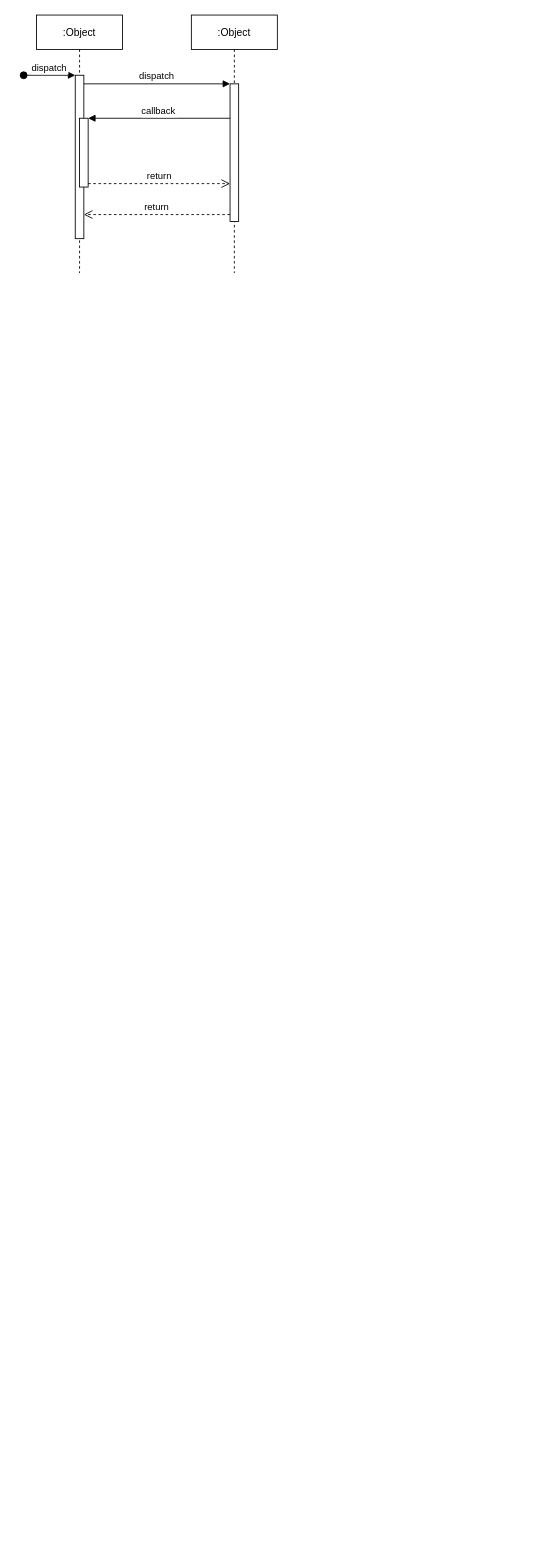
Above: Untitled sequence.drawio in 719113737/demo (draw.io), before the change. Source tidied: cells renumbered, new cells numbered last; positions are measured from the earlier drawing's top-left corner, leaving out a move shared by most shapes. Both pictures are drawn from the tidied source at 86%, with x=0, y=0 at pixel (23, 15).
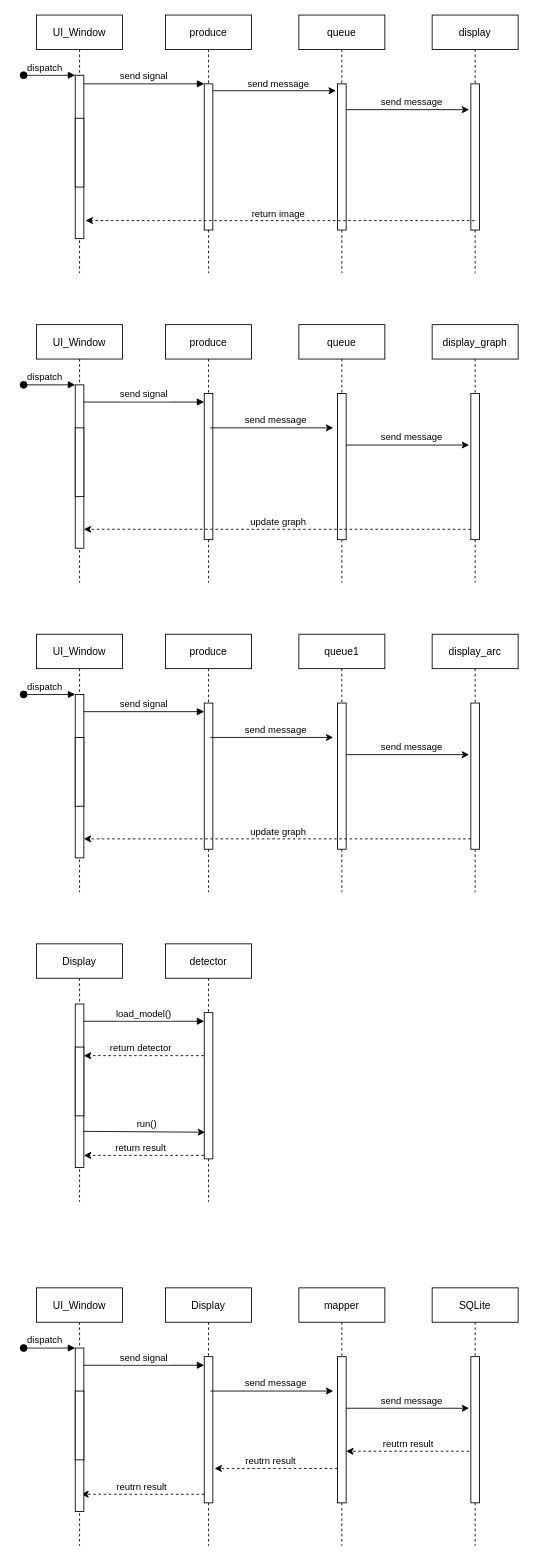
After the change.

The change refers to these unchanged cells:
```xml
<mxCell id="3" style="points=[];perimeter=orthogonalPerimeter;rounded=0;shadow=0;strokeWidth=1;" parent="2" vertex="1">
  <mxGeometry x="45" y="70" width="10" height="190" as="geometry" />
</mxCell>
```

Change to the diagram source:
```diff
@@
-    <mxCell id="2" value=":Object" style="shape=umlLifeline;perimeter=lifelinePerimeter;rounded=0;shadow=0;strokeWidth=1;" parent="1" vertex="1">
+    <mxCell id="2" value="UI_Window" style="shape=umlLifeline;perimeter=lifelinePerimeter;rounded=0;shadow=0;strokeWidth=1;" parent="1" vertex="1">
       <mxGeometry x="15" width="100" height="300" as="geometry" />
     </mxCell>
@@
     <mxCell id="4" value="dispatch" style="verticalAlign=bottom;startArrow=oval;endArrow=block;startSize=8;shadow=0;strokeWidth=1;" parent="2" edge="1" target="3">
-      <mxGeometry relative="1" as="geometry">
+      <mxGeometry x="-0.17" relative="1" as="geometry">
         <mxPoint x="-15" y="70" as="sourcePoint" />
       </mxGeometry>
     </mxCell>
     <mxCell id="5" style="points=[];perimeter=orthogonalPerimeter;rounded=0;shadow=0;strokeWidth=1;" parent="2" vertex="1">
-      <mxGeometry x="50" y="120" width="10" height="80" as="geometry" />
+      <mxGeometry x="45" y="120" width="10" height="80" as="geometry" />
     </mxCell>
-    <mxCell id="6" value=":Object" style="shape=umlLifeline;perimeter=lifelinePerimeter;rounded=0;shadow=0;strokeWidth=1;" parent="1" vertex="1">
-      <mxGeometry x="195" width="100" height="300" as="geometry" />
+    <mxCell id="6" value="produce" style="shape=umlLifeline;perimeter=lifelinePerimeter;rounded=0;shadow=0;strokeWidth=1;" parent="1" vertex="1">
+      <mxGeometry x="165" width="100" height="300" as="geometry" />
     </mxCell>
     <mxCell id="7" style="points=[];perimeter=orthogonalPerimeter;rounded=0;shadow=0;strokeWidth=1;" parent="6" vertex="1">
-      <mxGeometry x="45" y="80" width="10" height="160" as="geometry" />
+      <mxGeometry x="45" y="80" width="10" height="170" as="geometry" />
     </mxCell>
-    <mxCell id="8" value="return" style="verticalAlign=bottom;endArrow=open;dashed=1;endSize=8;exitX=0;exitY=0.95;shadow=0;strokeWidth=1;" parent="1" edge="1" source="7" target="3">
-      <mxGeometry relative="1" as="geometry" />
-    </mxCell>
-    <mxCell id="9" value="dispatch" style="verticalAlign=bottom;endArrow=block;entryX=0;entryY=0;shadow=0;strokeWidth=1;" parent="1" edge="1" source="3" target="7">
+    <mxCell id="9" value="send signal" style="verticalAlign=bottom;endArrow=block;entryX=0;entryY=0;shadow=0;strokeWidth=1;" parent="1" edge="1" source="3" target="7">
       <mxGeometry relative="1" as="geometry" />
     </mxCell>
-    <mxCell id="10" value="callback" style="verticalAlign=bottom;endArrow=block;entryX=1;entryY=0;shadow=0;strokeWidth=1;" parent="1" edge="1" source="7" target="5">
-      <mxGeometry relative="1" as="geometry" />
-    </mxCell>
-    <mxCell id="11" value="return" style="verticalAlign=bottom;endArrow=open;dashed=1;endSize=8;exitX=1;exitY=0.95;shadow=0;strokeWidth=1;" parent="1" edge="1" source="5" target="7">
-      <mxGeometry relative="1" as="geometry" />
-    </mxCell>
+    <mxCell id="12" value="queue" style="shape=umlLifeline;perimeter=lifelinePerimeter;rounded=0;shadow=0;strokeWidth=1;" parent="1" vertex="1">
+      <mxGeometry x="320" width="100" height="300" as="geometry" />
+    </mxCell>
+    <mxCell id="13" style="points=[];perimeter=orthogonalPerimeter;rounded=0;shadow=0;strokeWidth=1;" parent="12" vertex="1">
+      <mxGeometry x="45" y="80" width="10" height="170" as="geometry" />
+    </mxCell>
+    <mxCell id="14" style="endArrow=classic;html=1;rounded=0;entryX=-0.2;entryY=0.047;entryDx=0;entryDy=0;entryPerimeter=0;" parent="12" edge="1">
+      <mxGeometry relative="1" as="geometry">
+        <mxPoint x="55" y="110" as="sourcePoint" />
+        <mxPoint x="198" y="110" as="targetPoint" />
+      </mxGeometry>
+    </mxCell>
+    <mxCell id="15" value="send message" style="edgeLabel;html=1;align=center;verticalAlign=middle;" parent="14" vertex="1">
+      <mxGeometry x="0.27" relative="1" as="geometry">
+        <mxPoint x="-16" y="-10" as="offset" />
+      </mxGeometry>
+    </mxCell>
+    <mxCell id="16" value="display" style="shape=umlLifeline;perimeter=lifelinePerimeter;rounded=0;shadow=0;strokeWidth=1;" parent="1" vertex="1">
+      <mxGeometry x="475" width="100" height="300" as="geometry" />
+    </mxCell>
+    <mxCell id="17" style="perimeter=orthogonalPerimeter;rounded=0;shadow=0;strokeWidth=1;" parent="16" vertex="1">
+      <mxGeometry x="45" y="80" width="10" height="170" as="geometry" />
+    </mxCell>
+    <mxCell id="18" style="endArrow=classic;html=1;rounded=0;entryX=-0.2;entryY=0.047;entryDx=0;entryDy=0;entryPerimeter=0;" parent="1" edge="1" source="7" target="13">
+      <mxGeometry relative="1" as="geometry" />
+    </mxCell>
+    <mxCell id="19" value="send message" style="edgeLabel;html=1;align=center;verticalAlign=middle;" parent="18" vertex="1">
+      <mxGeometry x="0.27" relative="1" as="geometry">
+        <mxPoint x="-16" y="-8" as="offset" />
+      </mxGeometry>
+    </mxCell>
+    <mxCell id="20" style="endArrow=classic;html=1;rounded=0;dashed=1;entryX=1.2;entryY=0.947;entryDx=0;entryDy=0;entryPerimeter=0;" parent="1" edge="1">
+      <mxGeometry relative="1" as="geometry">
+        <mxPoint x="524.5" y="239" as="sourcePoint" />
+        <mxPoint x="72" y="238.9" as="targetPoint" />
+        <Array as="points">
+          <mxPoint x="135" y="239" />
+        </Array>
+      </mxGeometry>
+    </mxCell>
+    <mxCell id="21" value="return image" style="edgeLabel;html=1;align=center;verticalAlign=middle;" parent="20" vertex="1">
+      <mxGeometry x="0.04" y="3" relative="1" as="geometry">
+        <mxPoint x="6" y="-12" as="offset" />
+      </mxGeometry>
+    </mxCell>
+    <mxCell id="22" value="produce" style="shape=umlLifeline;perimeter=lifelinePerimeter;rounded=0;shadow=0;strokeWidth=1;" parent="1" vertex="1">
+      <mxGeometry x="165" y="360" width="100" height="300" as="geometry" />
+    </mxCell>
+    <mxCell id="23" style="perimeter=orthogonalPerimeter;rounded=0;shadow=0;strokeWidth=1;" parent="22" vertex="1">
+      <mxGeometry x="45" y="80" width="10" height="170" as="geometry" />
+    </mxCell>
+    <mxCell id="24" value="queue" style="shape=umlLifeline;perimeter=lifelinePerimeter;rounded=0;shadow=0;strokeWidth=1;" parent="1" vertex="1">
+      <mxGeometry x="320" y="360" width="100" height="300" as="geometry" />
+    </mxCell>
+    <mxCell id="25" style="perimeter=orthogonalPerimeter;rounded=0;shadow=0;strokeWidth=1;" parent="24" vertex="1">
+      <mxGeometry x="45" y="80" width="10" height="170" as="geometry" />
+    </mxCell>
+    <mxCell id="26" style="endArrow=classic;html=1;rounded=0;entryX=-0.2;entryY=0.047;entryDx=0;entryDy=0;entryPerimeter=0;" parent="24" edge="1">
+      <mxGeometry relative="1" as="geometry">
+        <mxPoint x="55" y="140" as="sourcePoint" />
+        <mxPoint x="198" y="140" as="targetPoint" />
+      </mxGeometry>
+    </mxCell>
+    <mxCell id="27" value="send message" style="edgeLabel;html=1;align=center;verticalAlign=middle;" parent="26" vertex="1">
+      <mxGeometry x="0.27" relative="1" as="geometry">
+        <mxPoint x="-16" y="-10" as="offset" />
+      </mxGeometry>
+    </mxCell>
+    <mxCell id="28" value="display_graph" style="shape=umlLifeline;perimeter=lifelinePerimeter;rounded=0;shadow=0;strokeWidth=1;" parent="1" vertex="1">
+      <mxGeometry x="475" y="360" width="100" height="300" as="geometry" />
+    </mxCell>
+    <mxCell id="29" style="points=[];perimeter=orthogonalPerimeter;rounded=0;shadow=0;strokeWidth=1;" parent="28" vertex="1">
+      <mxGeometry x="45" y="80" width="10" height="170" as="geometry" />
+    </mxCell>
+    <mxCell id="30" style="endArrow=classic;html=1;rounded=0;entryX=-0.2;entryY=0.047;entryDx=0;entryDy=0;entryPerimeter=0;" parent="1" edge="1">
+      <mxGeometry relative="1" as="geometry">
+        <mxPoint x="217" y="480" as="sourcePoint" />
+        <mxPoint x="360" y="480" as="targetPoint" />
+      </mxGeometry>
+    </mxCell>
+    <mxCell id="31" value="send message" style="edgeLabel;html=1;align=center;verticalAlign=middle;" parent="30" vertex="1">
+      <mxGeometry x="0.27" relative="1" as="geometry">
+        <mxPoint x="-16" y="-10" as="offset" />
+      </mxGeometry>
+    </mxCell>
+    <mxCell id="32" value="UI_Window" style="shape=umlLifeline;perimeter=lifelinePerimeter;rounded=0;shadow=0;strokeWidth=1;" parent="1" vertex="1">
+      <mxGeometry x="15" y="360" width="100" height="300" as="geometry" />
+    </mxCell>
+    <mxCell id="33" style="points=[];perimeter=orthogonalPerimeter;rounded=0;shadow=0;strokeWidth=1;" parent="32" vertex="1">
+      <mxGeometry x="45" y="70" width="10" height="190" as="geometry" />
+    </mxCell>
+    <mxCell id="34" value="dispatch" style="verticalAlign=bottom;startArrow=oval;endArrow=block;startSize=8;shadow=0;strokeWidth=1;" parent="32" edge="1" target="33">
+      <mxGeometry x="-0.17" relative="1" as="geometry">
+        <mxPoint x="-15" y="70" as="sourcePoint" />
+      </mxGeometry>
+    </mxCell>
+    <mxCell id="35" style="perimeter=orthogonalPerimeter;rounded=0;shadow=0;strokeWidth=1;" parent="32" vertex="1">
+      <mxGeometry x="45" y="120" width="10" height="80" as="geometry" />
+    </mxCell>
+    <mxCell id="36" value="send signal" style="verticalAlign=bottom;endArrow=block;entryX=0;entryY=0;shadow=0;strokeWidth=1;" parent="32" edge="1">
+      <mxGeometry relative="1" as="geometry">
+        <mxPoint x="55" y="90" as="sourcePoint" />
+        <mxPoint x="195" y="90" as="targetPoint" />
+      </mxGeometry>
+    </mxCell>
+    <mxCell id="37" style="endArrow=classic;html=1;rounded=0;dashed=1;exitX=0;exitY=0.929;exitDx=0;exitDy=0;exitPerimeter=0;" parent="1" edge="1" source="29" target="33">
+      <mxGeometry relative="1" as="geometry" />
+    </mxCell>
+    <mxCell id="38" value="update graph" style="edgeLabel;html=1;align=center;verticalAlign=middle;" parent="37" vertex="1">
+      <mxGeometry x="-0.14" y="1" relative="1" as="geometry">
+        <mxPoint x="-31" y="-9" as="offset" />
+      </mxGeometry>
+    </mxCell>
+    <mxCell id="39" value="produce" style="shape=umlLifeline;perimeter=lifelinePerimeter;rounded=0;shadow=0;strokeWidth=1;" parent="1" vertex="1">
+      <mxGeometry x="165" y="720" width="100" height="300" as="geometry" />
+    </mxCell>
+    <mxCell id="40" style="perimeter=orthogonalPerimeter;rounded=0;shadow=0;strokeWidth=1;" parent="39" vertex="1">
+      <mxGeometry x="45" y="80" width="10" height="170" as="geometry" />
+    </mxCell>
+    <mxCell id="41" value="queue1" style="shape=umlLifeline;perimeter=lifelinePerimeter;rounded=0;shadow=0;strokeWidth=1;" parent="1" vertex="1">
+      <mxGeometry x="320" y="720" width="100" height="300" as="geometry" />
+    </mxCell>
+    <mxCell id="42" style="perimeter=orthogonalPerimeter;rounded=0;shadow=0;strokeWidth=1;" parent="41" vertex="1">
+      <mxGeometry x="45" y="80" width="10" height="170" as="geometry" />
+    </mxCell>
+    <mxCell id="43" style="endArrow=classic;html=1;rounded=0;entryX=-0.2;entryY=0.047;entryDx=0;entryDy=0;entryPerimeter=0;" parent="41" edge="1">
+      <mxGeometry relative="1" as="geometry">
+        <mxPoint x="55" y="140" as="sourcePoint" />
+        <mxPoint x="198" y="140" as="targetPoint" />
+      </mxGeometry>
+    </mxCell>
+    <mxCell id="44" value="send message" style="edgeLabel;html=1;align=center;verticalAlign=middle;" parent="43" vertex="1">
+      <mxGeometry x="0.27" relative="1" as="geometry">
+        <mxPoint x="-16" y="-10" as="offset" />
+      </mxGeometry>
+    </mxCell>
+    <mxCell id="45" value="display_arc" style="shape=umlLifeline;perimeter=lifelinePerimeter;rounded=0;shadow=0;strokeWidth=1;" parent="1" vertex="1">
+      <mxGeometry x="475" y="720" width="100" height="300" as="geometry" />
+    </mxCell>
+    <mxCell id="46" style="points=[];perimeter=orthogonalPerimeter;rounded=0;shadow=0;strokeWidth=1;" parent="45" vertex="1">
+      <mxGeometry x="45" y="80" width="10" height="170" as="geometry" />
+    </mxCell>
+    <mxCell id="47" style="endArrow=classic;html=1;rounded=0;entryX=-0.2;entryY=0.047;entryDx=0;entryDy=0;entryPerimeter=0;" parent="1" edge="1">
+      <mxGeometry relative="1" as="geometry">
+        <mxPoint x="217" y="840" as="sourcePoint" />
+        <mxPoint x="360" y="840" as="targetPoint" />
+      </mxGeometry>
+    </mxCell>
+    <mxCell id="48" value="send message" style="edgeLabel;html=1;align=center;verticalAlign=middle;" parent="47" vertex="1">
+      <mxGeometry x="0.27" relative="1" as="geometry">
+        <mxPoint x="-16" y="-10" as="offset" />
+      </mxGeometry>
+    </mxCell>
+    <mxCell id="49" value="UI_Window" style="shape=umlLifeline;perimeter=lifelinePerimeter;rounded=0;shadow=0;strokeWidth=1;" parent="1" vertex="1">
+      <mxGeometry x="15" y="720" width="100" height="300" as="geometry" />
+    </mxCell>
+    <mxCell id="50" style="points=[];perimeter=orthogonalPerimeter;rounded=0;shadow=0;strokeWidth=1;" parent="49" vertex="1">
+      <mxGeometry x="45" y="70" width="10" height="190" as="geometry" />
+    </mxCell>
+    <mxCell id="51" value="dispatch" style="verticalAlign=bottom;startArrow=oval;endArrow=block;startSize=8;shadow=0;strokeWidth=1;" parent="49" edge="1" target="50">
+      <mxGeometry x="-0.17" relative="1" as="geometry">
+        <mxPoint x="-15" y="70" as="sourcePoint" />
+      </mxGeometry>
+    </mxCell>
+    <mxCell id="52" style="perimeter=orthogonalPerimeter;rounded=0;shadow=0;strokeWidth=1;" parent="49" vertex="1">
+      <mxGeometry x="45" y="120" width="10" height="80" as="geometry" />
+    </mxCell>
+    <mxCell id="53" value="send signal" style="verticalAlign=bottom;endArrow=block;entryX=0;entryY=0;shadow=0;strokeWidth=1;" parent="49" edge="1">
+      <mxGeometry relative="1" as="geometry">
+        <mxPoint x="55" y="90" as="sourcePoint" />
+        <mxPoint x="195" y="90" as="targetPoint" />
+      </mxGeometry>
+    </mxCell>
+    <mxCell id="54" style="endArrow=classic;html=1;rounded=0;dashed=1;exitX=0;exitY=0.929;exitDx=0;exitDy=0;exitPerimeter=0;" parent="1" edge="1" source="46" target="50">
+      <mxGeometry relative="1" as="geometry" />
+    </mxCell>
+    <mxCell id="55" value="update graph" style="edgeLabel;html=1;align=center;verticalAlign=middle;" parent="54" vertex="1">
+      <mxGeometry x="-0.14" y="1" relative="1" as="geometry">
+        <mxPoint x="-31" y="-9" as="offset" />
+      </mxGeometry>
+    </mxCell>
+    <mxCell id="56" value="detector" style="shape=umlLifeline;perimeter=lifelinePerimeter;rounded=0;shadow=0;strokeWidth=1;" parent="1" vertex="1">
+      <mxGeometry x="165" y="1080" width="100" height="300" as="geometry" />
+    </mxCell>
+    <mxCell id="57" style="points=[];perimeter=orthogonalPerimeter;rounded=0;shadow=0;strokeWidth=1;" parent="56" vertex="1">
+      <mxGeometry x="45" y="80" width="10" height="170" as="geometry" />
+    </mxCell>
+    <mxCell id="58" value="Display" style="shape=umlLifeline;perimeter=lifelinePerimeter;rounded=0;shadow=0;strokeWidth=1;" parent="1" vertex="1">
+      <mxGeometry x="15" y="1080" width="100" height="300" as="geometry" />
+    </mxCell>
+    <mxCell id="59" style="points=[];perimeter=orthogonalPerimeter;rounded=0;shadow=0;strokeWidth=1;" parent="58" vertex="1">
+      <mxGeometry x="45" y="70" width="10" height="190" as="geometry" />
+    </mxCell>
+    <mxCell id="60" style="perimeter=orthogonalPerimeter;rounded=0;shadow=0;strokeWidth=1;" parent="58" vertex="1">
+      <mxGeometry x="45" y="120" width="10" height="80" as="geometry" />
+    </mxCell>
+    <mxCell id="61" value="load_model()" style="verticalAlign=bottom;endArrow=block;entryX=0;entryY=0;shadow=0;strokeWidth=1;" parent="58" edge="1">
+      <mxGeometry relative="1" as="geometry">
+        <mxPoint x="55" y="90" as="sourcePoint" />
+        <mxPoint x="195" y="90" as="targetPoint" />
+      </mxGeometry>
+    </mxCell>
+    <mxCell id="62" style="endArrow=classic;html=1;rounded=0;dashed=1;entryX=1.5;entryY=0.125;entryDx=0;entryDy=0;entryPerimeter=0;" parent="1" edge="1">
+      <mxGeometry relative="1" as="geometry">
+        <mxPoint x="209.5" y="1210" as="sourcePoint" />
+        <mxPoint x="70" y="1210" as="targetPoint" />
+      </mxGeometry>
+    </mxCell>
+    <mxCell id="63" value="return detector" style="edgeLabel;html=1;align=center;verticalAlign=middle;" parent="62" vertex="1">
+      <mxGeometry x="0.3" y="-2" relative="1" as="geometry">
+        <mxPoint x="17" y="-8" as="offset" />
+      </mxGeometry>
+    </mxCell>
+    <mxCell id="64" style="endArrow=classic;html=1;rounded=0;entryX=0.1;entryY=0.818;entryDx=0;entryDy=0;entryPerimeter=0;exitX=0.9;exitY=0.779;exitDx=0;exitDy=0;exitPerimeter=0;" parent="1" edge="1" source="59" target="57">
+      <mxGeometry relative="1" as="geometry" />
+    </mxCell>
+    <mxCell id="65" value="run()" style="edgeLabel;html=1;align=center;verticalAlign=middle;" parent="64" vertex="1">
+      <mxGeometry x="0.35" y="-3" relative="1" as="geometry">
+        <mxPoint x="-22" y="-12" as="offset" />
+      </mxGeometry>
+    </mxCell>
+    <mxCell id="66" style="endArrow=classic;html=1;rounded=0;dashed=1;entryX=1.5;entryY=0.125;entryDx=0;entryDy=0;entryPerimeter=0;" parent="1" edge="1">
+      <mxGeometry relative="1" as="geometry">
+        <mxPoint x="209.5" y="1326" as="sourcePoint" />
+        <mxPoint x="70" y="1326" as="targetPoint" />
+      </mxGeometry>
+    </mxCell>
+    <mxCell id="67" value="return result" style="edgeLabel;html=1;align=center;verticalAlign=middle;" parent="66" vertex="1">
+      <mxGeometry x="0.3" y="-2" relative="1" as="geometry">
+        <mxPoint x="17" y="-8" as="offset" />
+      </mxGeometry>
+    </mxCell>
+    <mxCell id="68" value="Display" style="shape=umlLifeline;perimeter=lifelinePerimeter;rounded=0;shadow=0;strokeWidth=1;" parent="1" vertex="1">
+      <mxGeometry x="165" y="1480" width="100" height="300" as="geometry" />
+    </mxCell>
+    <mxCell id="69" style="perimeter=orthogonalPerimeter;rounded=0;shadow=0;strokeWidth=1;" parent="68" vertex="1">
+      <mxGeometry x="45" y="80" width="10" height="170" as="geometry" />
+    </mxCell>
+    <mxCell id="70" style="endArrow=classic;html=1;rounded=0;dashed=1;exitX=0;exitY=0.929;exitDx=0;exitDy=0;exitPerimeter=0;entryX=1.2;entryY=0.929;entryDx=0;entryDy=0;entryPerimeter=0;" parent="68" edge="1">
+      <mxGeometry relative="1" as="geometry">
+        <mxPoint x="45" y="240" as="sourcePoint" />
+        <mxPoint x="-98" y="240" as="targetPoint" />
+      </mxGeometry>
+    </mxCell>
+    <mxCell id="71" value="reutrn result" style="edgeLabel;html=1;align=center;verticalAlign=middle;" parent="70" vertex="1">
+      <mxGeometry x="-0.14" y="1" relative="1" as="geometry">
+        <mxPoint x="-13" y="-11" as="offset" />
+      </mxGeometry>
+    </mxCell>
+    <mxCell id="72" value="mapper" style="shape=umlLifeline;perimeter=lifelinePerimeter;rounded=0;shadow=0;strokeWidth=1;" parent="1" vertex="1">
+      <mxGeometry x="320" y="1480" width="100" height="300" as="geometry" />
+    </mxCell>
+    <mxCell id="73" style="perimeter=orthogonalPerimeter;rounded=0;shadow=0;strokeWidth=1;" parent="72" vertex="1">
+      <mxGeometry x="45" y="80" width="10" height="170" as="geometry" />
+    </mxCell>
+    <mxCell id="74" style="endArrow=classic;html=1;rounded=0;entryX=-0.2;entryY=0.047;entryDx=0;entryDy=0;entryPerimeter=0;" parent="72" edge="1">
+      <mxGeometry relative="1" as="geometry">
+        <mxPoint x="55" y="140" as="sourcePoint" />
+        <mxPoint x="198" y="140" as="targetPoint" />
+      </mxGeometry>
+    </mxCell>
+    <mxCell id="75" value="send message" style="edgeLabel;html=1;align=center;verticalAlign=middle;" parent="74" vertex="1">
+      <mxGeometry x="0.27" relative="1" as="geometry">
+        <mxPoint x="-16" y="-10" as="offset" />
+      </mxGeometry>
+    </mxCell>
+    <mxCell id="76" style="endArrow=classic;html=1;rounded=0;dashed=1;exitX=0;exitY=0.929;exitDx=0;exitDy=0;exitPerimeter=0;entryX=1.2;entryY=0.929;entryDx=0;entryDy=0;entryPerimeter=0;" parent="72" edge="1">
+      <mxGeometry relative="1" as="geometry">
+        <mxPoint x="45" y="210" as="sourcePoint" />
+        <mxPoint x="-98" y="210" as="targetPoint" />
+      </mxGeometry>
+    </mxCell>
+    <mxCell id="77" value="reutrn result" style="edgeLabel;html=1;align=center;verticalAlign=middle;" parent="76" vertex="1">
+      <mxGeometry x="-0.14" y="1" relative="1" as="geometry">
+        <mxPoint x="-18" y="-11" as="offset" />
+      </mxGeometry>
+    </mxCell>
+    <mxCell id="78" value="SQLite" style="shape=umlLifeline;perimeter=lifelinePerimeter;rounded=0;shadow=0;strokeWidth=1;" parent="1" vertex="1">
+      <mxGeometry x="475" y="1480" width="100" height="300" as="geometry" />
+    </mxCell>
+    <mxCell id="79" style="perimeter=orthogonalPerimeter;rounded=0;shadow=0;strokeWidth=1;" parent="78" vertex="1">
+      <mxGeometry x="45" y="80" width="10" height="170" as="geometry" />
+    </mxCell>
+    <mxCell id="80" style="endArrow=classic;html=1;rounded=0;entryX=-0.2;entryY=0.047;entryDx=0;entryDy=0;entryPerimeter=0;" parent="1" edge="1">
+      <mxGeometry relative="1" as="geometry">
+        <mxPoint x="217" y="1600" as="sourcePoint" />
+        <mxPoint x="360" y="1600" as="targetPoint" />
+      </mxGeometry>
+    </mxCell>
+    <mxCell id="81" value="send message" style="edgeLabel;html=1;align=center;verticalAlign=middle;" parent="80" vertex="1">
+      <mxGeometry x="0.27" relative="1" as="geometry">
+        <mxPoint x="-16" y="-10" as="offset" />
+      </mxGeometry>
+    </mxCell>
+    <mxCell id="82" value="UI_Window" style="shape=umlLifeline;perimeter=lifelinePerimeter;rounded=0;shadow=0;strokeWidth=1;" parent="1" vertex="1">
+      <mxGeometry x="15" y="1480" width="100" height="300" as="geometry" />
+    </mxCell>
+    <mxCell id="83" style="points=[];perimeter=orthogonalPerimeter;rounded=0;shadow=0;strokeWidth=1;" parent="82" vertex="1">
+      <mxGeometry x="45" y="70" width="10" height="190" as="geometry" />
+    </mxCell>
+    <mxCell id="84" value="dispatch" style="verticalAlign=bottom;startArrow=oval;endArrow=block;startSize=8;shadow=0;strokeWidth=1;" parent="82" edge="1" target="83">
+      <mxGeometry x="-0.17" relative="1" as="geometry">
+        <mxPoint x="-15" y="70" as="sourcePoint" />
+      </mxGeometry>
+    </mxCell>
+    <mxCell id="85" style="perimeter=orthogonalPerimeter;rounded=0;shadow=0;strokeWidth=1;" parent="82" vertex="1">
+      <mxGeometry x="45" y="120" width="10" height="80" as="geometry" />
+    </mxCell>
+    <mxCell id="86" value="send signal" style="verticalAlign=bottom;endArrow=block;entryX=0;entryY=0;shadow=0;strokeWidth=1;" parent="82" edge="1">
+      <mxGeometry relative="1" as="geometry">
+        <mxPoint x="55" y="90" as="sourcePoint" />
+        <mxPoint x="195" y="90" as="targetPoint" />
+      </mxGeometry>
+    </mxCell>
+    <mxCell id="87" style="endArrow=classic;html=1;rounded=0;dashed=1;exitX=0;exitY=0.929;exitDx=0;exitDy=0;exitPerimeter=0;entryX=1.2;entryY=0.929;entryDx=0;entryDy=0;entryPerimeter=0;" parent="1" edge="1">
+      <mxGeometry relative="1" as="geometry">
+        <mxPoint x="518" y="1670" as="sourcePoint" />
+        <mxPoint x="375" y="1670" as="targetPoint" />
+      </mxGeometry>
+    </mxCell>
+    <mxCell id="88" value="reutrn result" style="edgeLabel;html=1;align=center;verticalAlign=middle;" parent="87" vertex="1">
+      <mxGeometry x="-0.14" y="1" relative="1" as="geometry">
+        <mxPoint x="-11" y="-11" as="offset" />
+      </mxGeometry>
+    </mxCell>
```
